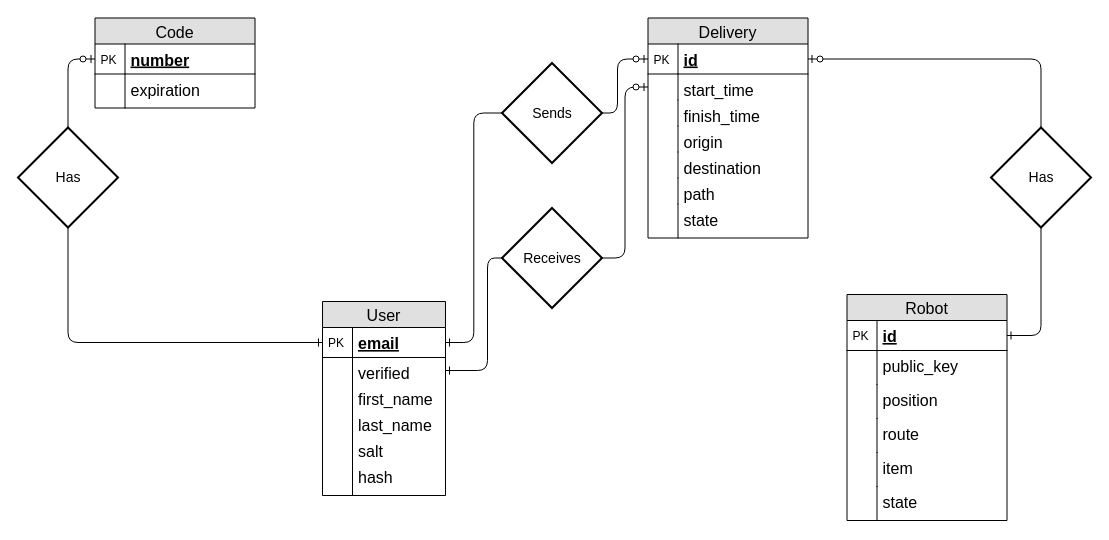
The draw.io diagram server/modeling/DB Model.drawio in developedby/DLVR, before the edit. Source tidied: cells renumbered, new cells numbered last; positions are measured from the earlier drawing's top-left corner, leaving out a move shared by most shapes. Both pictures are drawn from the tidied source at 100%, with x=0, y=0 at pixel (17, 17).
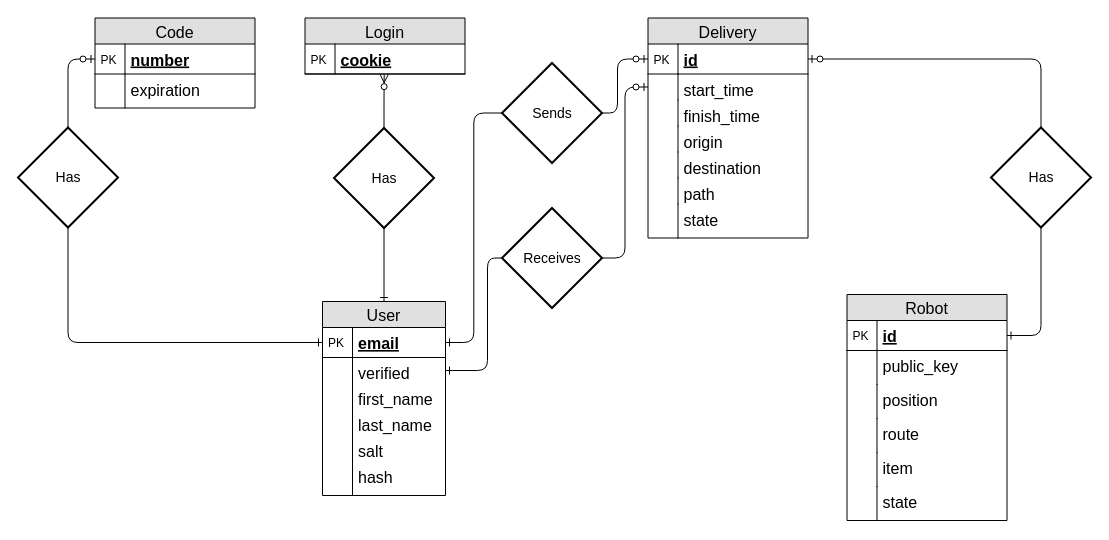
After the change.

The change refers to these unchanged cells:
```xml
<mxCell id="14" value="User" style="swimlane;fontStyle=0;horizontal=1;startSize=26;fillColor=#e0e0e0;swimlaneFillColor=#ffffff;align=center;fontSize=16;" parent="1" vertex="1">
  <mxGeometry x="305" y="284" width="123" height="194" as="geometry" />
</mxCell>
```

Diff of the diagram source:
```diff
@@
+    <mxCell id="60" value="Login" style="swimlane;fontStyle=0;horizontal=1;startSize=26;fillColor=#e0e0e0;swimlaneFillColor=#ffffff;align=center;fontSize=16;" parent="1" vertex="1">
+      <mxGeometry x="287.5" y="0.5" width="160" height="56" as="geometry" />
+    </mxCell>
+    <mxCell id="61" value="cookie" style="shape=partialRectangle;top=0;left=0;right=0;bottom=1;align=left;verticalAlign=middle;fillColor=none;spacingLeft=34;spacingRight=4;overflow=hidden;points=[[0,0.5],[1,0.5]];portConstraint=eastwest;fontStyle=5;fontSize=16;" parent="60" vertex="1">
+      <mxGeometry y="26" width="160" height="30" as="geometry" />
+    </mxCell>
+    <mxCell id="62" value="PK" style="shape=partialRectangle;top=0;left=0;bottom=0;fillColor=none;align=left;verticalAlign=middle;spacingLeft=4;spacingRight=4;overflow=hidden;fontSize=12;" parent="61" vertex="1">
+      <mxGeometry width="30" height="30" as="geometry" />
+    </mxCell>
+    <mxCell id="63" style="edgeStyle=orthogonalEdgeStyle;rounded=0;jettySize=auto;html=1;exitX=0.5;exitY=1;exitDx=0;exitDy=0;entryX=0.5;entryY=0;entryDx=0;entryDy=0;endArrow=ERone;endFill=0;" parent="1" edge="1" source="65" target="14">
+      <mxGeometry relative="1" as="geometry" />
+    </mxCell>
+    <mxCell id="64" style="edgeStyle=orthogonalEdgeStyle;rounded=0;jettySize=auto;html=1;exitX=0.5;exitY=0;exitDx=0;exitDy=0;entryX=0.495;entryY=1.021;entryDx=0;entryDy=0;entryPerimeter=0;endArrow=ERzeroToMany;endFill=1;" parent="1" edge="1" source="65" target="61">
+      <mxGeometry relative="1" as="geometry" />
+    </mxCell>
+    <mxCell id="65" value="Has" style="shape=rhombus;strokeWidth=2;fontSize=17;perimeter=rhombusPerimeter;whiteSpace=wrap;html=1;align=center;fontSize=14;" parent="1" vertex="1">
+      <mxGeometry x="316.5" y="110.5" width="100" height="100" as="geometry" />
+    </mxCell>
```
